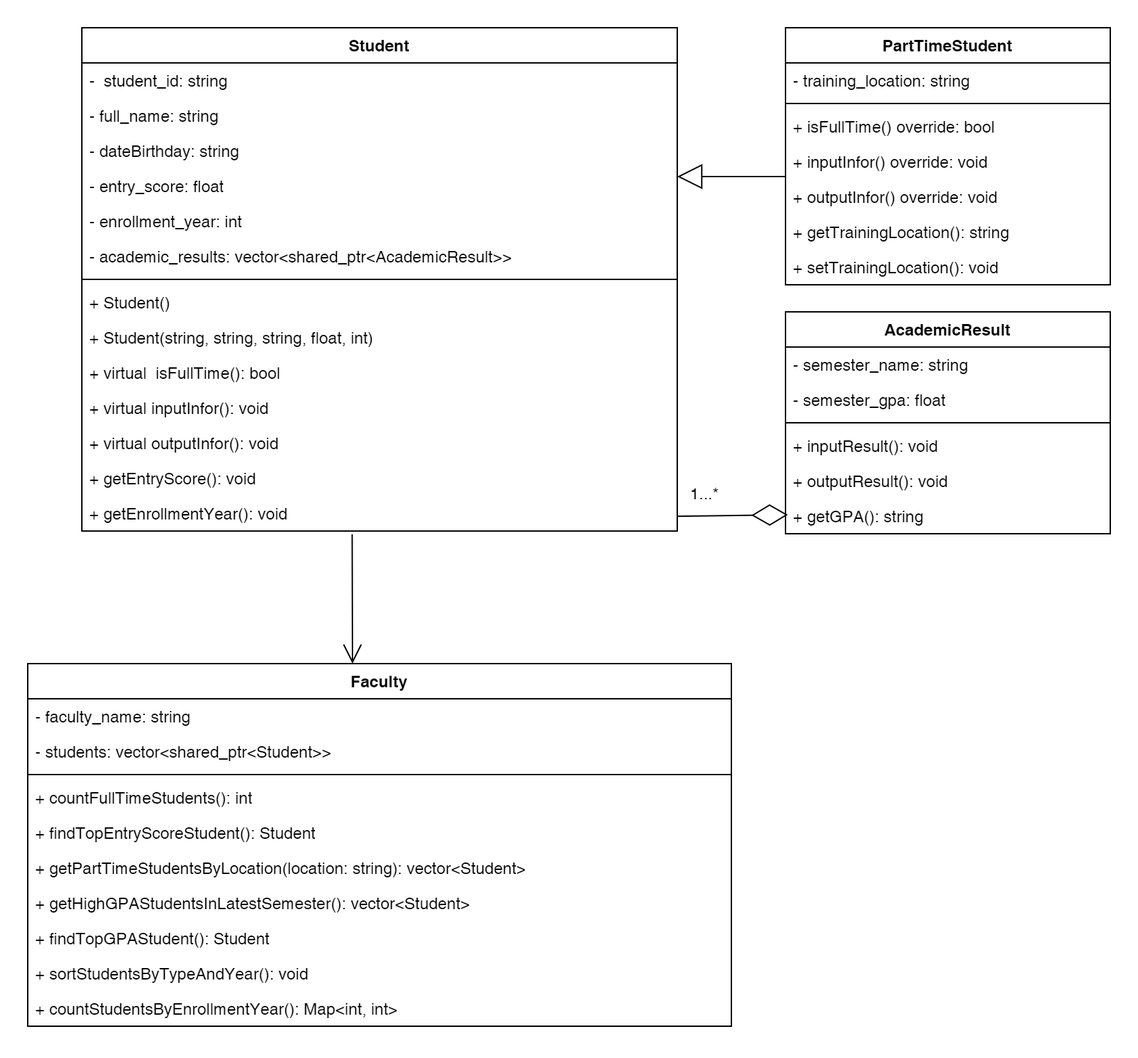
Earlier version of the draw.io export 15_StudentManagementSystem/docs/classDiagram.png (thanhetebkdn/object_orient_programming). Source tidied: cells renumbered, new cells last; positions are measured from the earlier drawing's top-left corner, leaving out a move shared by most shapes. Its diagram source:
```xml
<mxGraphModel>
  <root>
    <mxCell id="0" />
    <mxCell id="1" parent="0" />
    <mxCell id="2" value="Student          " style="swimlane;fontStyle=1;align=center;verticalAlign=top;horizontal=1;startSize=26;whiteSpace=wrap;html=1;fontFamily=Helvetica;" parent="1" vertex="1">
      <mxGeometry x="40" width="440" height="372" as="geometry" />
    </mxCell>
    <mxCell id="3" value="-&amp;nbsp; student_id: &lt;span class=&quot;hljs-built_in&quot;&gt;string&lt;/span&gt;&lt;div&gt;&lt;span class=&quot;hljs-built_in&quot;&gt;&lt;br&gt;&lt;/span&gt;&lt;/div&gt;" style="text;strokeColor=none;fillColor=none;align=left;verticalAlign=top;spacingLeft=4;spacingRight=4;overflow=hidden;whiteSpace=wrap;html=1;fontFamily=Helvetica;" parent="2" vertex="1">
      <mxGeometry y="26" width="440" height="26" as="geometry" />
    </mxCell>
    <mxCell id="4" value="&lt;div&gt;&lt;span class=&quot;hljs-built_in&quot;&gt;- full_name: &lt;span class=&quot;hljs-built_in&quot;&gt;string&lt;/span&gt;&lt;br&gt;&lt;/span&gt;&lt;/div&gt;" style="text;strokeColor=none;fillColor=none;align=left;verticalAlign=top;spacingLeft=4;spacingRight=4;overflow=hidden;whiteSpace=wrap;html=1;fontFamily=Helvetica;" parent="2" vertex="1">
      <mxGeometry y="52" width="440" height="26" as="geometry" />
    </mxCell>
    <mxCell id="5" value="- dateBirthday: string" style="text;strokeColor=none;fillColor=none;align=left;verticalAlign=top;spacingLeft=4;spacingRight=4;overflow=hidden;whiteSpace=wrap;html=1;fontFamily=Helvetica;" parent="2" vertex="1">
      <mxGeometry y="78" width="440" height="26" as="geometry" />
    </mxCell>
    <mxCell id="6" value="&lt;div&gt;&lt;span class=&quot;hljs-built_in&quot;&gt;- entry_score: float&lt;br&gt;&lt;/span&gt;&lt;/div&gt;" style="text;strokeColor=none;fillColor=none;align=left;verticalAlign=top;spacingLeft=4;spacingRight=4;overflow=hidden;whiteSpace=wrap;html=1;fontFamily=Helvetica;" parent="2" vertex="1">
      <mxGeometry y="104" width="440" height="26" as="geometry" />
    </mxCell>
    <mxCell id="7" value="- enrollment_year: int" style="text;strokeColor=none;fillColor=none;align=left;verticalAlign=top;spacingLeft=4;spacingRight=4;overflow=hidden;whiteSpace=wrap;html=1;fontFamily=Helvetica;" parent="2" vertex="1">
      <mxGeometry y="130" width="440" height="26" as="geometry" />
    </mxCell>
    <mxCell id="8" value="&lt;div&gt;&lt;span class=&quot;hljs-built_in&quot;&gt;- academic_results: vector&amp;lt;shared_ptr&amp;lt;&lt;span style=&quot;text-align: center;&quot;&gt;AcademicResult&lt;/span&gt;&amp;gt;&amp;gt;&lt;br&gt;&lt;/span&gt;&lt;/div&gt;" style="text;strokeColor=none;fillColor=none;align=left;verticalAlign=top;spacingLeft=4;spacingRight=4;overflow=hidden;whiteSpace=wrap;html=1;fontFamily=Helvetica;" parent="2" vertex="1">
      <mxGeometry y="156" width="440" height="26" as="geometry" />
    </mxCell>
    <mxCell id="9" style="line;strokeWidth=1;fillColor=none;align=left;verticalAlign=middle;spacingTop=-1;spacingLeft=3;spacingRight=3;labelPosition=right;strokeColor=inherit;fontFamily=Helvetica;" parent="2" vertex="1">
      <mxGeometry y="182" width="440" height="8" as="geometry" />
    </mxCell>
    <mxCell id="10" value="+ Student()" style="text;strokeColor=none;fillColor=none;align=left;verticalAlign=top;spacingLeft=4;spacingRight=4;overflow=hidden;whiteSpace=wrap;html=1;fontFamily=Helvetica;" parent="2" vertex="1">
      <mxGeometry y="190" width="440" height="26" as="geometry" />
    </mxCell>
    <mxCell id="11" value="+ Student(string, string, string, float, int)" style="text;strokeColor=none;fillColor=none;align=left;verticalAlign=top;spacingLeft=4;spacingRight=4;overflow=hidden;whiteSpace=wrap;html=1;fontFamily=Helvetica;" parent="2" vertex="1">
      <mxGeometry y="216" width="440" height="26" as="geometry" />
    </mxCell>
    <mxCell id="12" value="+ virtual&amp;nbsp; isFullTime(): bool" style="text;strokeColor=none;fillColor=none;align=left;verticalAlign=top;spacingLeft=4;spacingRight=4;overflow=hidden;whiteSpace=wrap;html=1;fontFamily=Helvetica;" parent="2" vertex="1">
      <mxGeometry y="242" width="440" height="26" as="geometry" />
    </mxCell>
    <mxCell id="13" value="&lt;div&gt;&lt;span class=&quot;hljs-built_in&quot;&gt;+ virtual&amp;nbsp;&lt;span class=&quot;hljs-built_in&quot;&gt;inputInfor&lt;/span&gt;(): void&lt;br&gt;&lt;/span&gt;&lt;/div&gt;" style="text;strokeColor=none;fillColor=none;align=left;verticalAlign=top;spacingLeft=4;spacingRight=4;overflow=hidden;whiteSpace=wrap;html=1;fontFamily=Helvetica;" parent="2" vertex="1">
      <mxGeometry y="268" width="440" height="26" as="geometry" />
    </mxCell>
    <mxCell id="14" value="+&amp;nbsp;&lt;span class=&quot;hljs-built_in&quot;&gt;virtual&amp;nbsp;outputInfor&lt;/span&gt;(): void" style="text;strokeColor=none;fillColor=none;align=left;verticalAlign=top;spacingLeft=4;spacingRight=4;overflow=hidden;whiteSpace=wrap;html=1;fontFamily=Helvetica;" parent="2" vertex="1">
      <mxGeometry y="294" width="440" height="26" as="geometry" />
    </mxCell>
    <mxCell id="15" value="+ getEntryScore(): void" style="text;strokeColor=none;fillColor=none;align=left;verticalAlign=top;spacingLeft=4;spacingRight=4;overflow=hidden;whiteSpace=wrap;html=1;fontFamily=Helvetica;" parent="2" vertex="1">
      <mxGeometry y="320" width="440" height="26" as="geometry" />
    </mxCell>
    <mxCell id="16" value="+ getEnrollmentYear(): void" style="text;strokeColor=none;fillColor=none;align=left;verticalAlign=top;spacingLeft=4;spacingRight=4;overflow=hidden;points=[[0,0.5],[1,0.5]];portConstraint=eastwest;whiteSpace=wrap;html=1;fontFamily=Helvetica;" parent="2" vertex="1">
      <mxGeometry y="346" width="440" height="26" as="geometry" />
    </mxCell>
    <mxCell id="17" value="PartTimeStudent                 " style="swimlane;fontStyle=1;align=center;verticalAlign=top;horizontal=1;startSize=26;whiteSpace=wrap;html=1;fontFamily=Helvetica;" parent="1" vertex="1">
      <mxGeometry x="560" width="240" height="190" as="geometry" />
    </mxCell>
    <mxCell id="18" value="&lt;div&gt;&lt;span class=&quot;hljs-built_in&quot;&gt;- training_location: &lt;span class=&quot;hljs-built_in&quot;&gt;string&lt;/span&gt;&lt;br&gt;&lt;/span&gt;&lt;/div&gt;" style="text;strokeColor=none;fillColor=none;align=left;verticalAlign=top;spacingLeft=4;spacingRight=4;overflow=hidden;whiteSpace=wrap;html=1;fontFamily=Helvetica;" parent="17" vertex="1">
      <mxGeometry y="26" width="240" height="26" as="geometry" />
    </mxCell>
    <mxCell id="19" style="line;strokeWidth=1;fillColor=none;align=left;verticalAlign=middle;spacingTop=-1;spacingLeft=3;spacingRight=3;labelPosition=right;strokeColor=inherit;fontFamily=Helvetica;" parent="17" vertex="1">
      <mxGeometry y="52" width="240" height="8" as="geometry" />
    </mxCell>
    <mxCell id="20" value="+ isFullTime() override: bool" style="text;strokeColor=none;fillColor=none;align=left;verticalAlign=top;spacingLeft=4;spacingRight=4;overflow=hidden;whiteSpace=wrap;html=1;fontFamily=Helvetica;" parent="17" vertex="1">
      <mxGeometry y="60" width="240" height="26" as="geometry" />
    </mxCell>
    <mxCell id="21" value="&lt;div&gt;&lt;span class=&quot;hljs-built_in&quot;&gt;+&amp;nbsp;&lt;span class=&quot;hljs-built_in&quot;&gt;inputInfor&lt;/span&gt;()&amp;nbsp;&lt;/span&gt;&lt;span style=&quot;background-color: initial;&quot;&gt;override&lt;/span&gt;&lt;span style=&quot;background-color: initial;&quot;&gt;: void&lt;/span&gt;&lt;/div&gt;" style="text;strokeColor=none;fillColor=none;align=left;verticalAlign=top;spacingLeft=4;spacingRight=4;overflow=hidden;whiteSpace=wrap;html=1;fontFamily=Helvetica;" parent="17" vertex="1">
      <mxGeometry y="86" width="240" height="26" as="geometry" />
    </mxCell>
    <mxCell id="22" value="+&amp;nbsp;&lt;span class=&quot;hljs-built_in&quot;&gt;outputInfor&lt;/span&gt;() override: void" style="text;strokeColor=none;fillColor=none;align=left;verticalAlign=top;spacingLeft=4;spacingRight=4;overflow=hidden;whiteSpace=wrap;html=1;fontFamily=Helvetica;" parent="17" vertex="1">
      <mxGeometry y="112" width="240" height="26" as="geometry" />
    </mxCell>
    <mxCell id="23" value="&lt;div&gt;+&amp;nbsp;getTrainingLocation(): string&lt;/div&gt;" style="text;strokeColor=none;fillColor=none;align=left;verticalAlign=top;spacingLeft=4;spacingRight=4;overflow=hidden;whiteSpace=wrap;html=1;fontFamily=Helvetica;" parent="17" vertex="1">
      <mxGeometry y="138" width="240" height="26" as="geometry" />
    </mxCell>
    <mxCell id="24" value="&lt;div&gt;+&amp;nbsp;setTrainingLocation(): void&lt;/div&gt;" style="text;strokeColor=none;fillColor=none;align=left;verticalAlign=top;spacingLeft=4;spacingRight=4;overflow=hidden;whiteSpace=wrap;html=1;fontFamily=Helvetica;" parent="17" vertex="1">
      <mxGeometry y="164" width="240" height="26" as="geometry" />
    </mxCell>
    <mxCell id="25" value="AcademicResult                        " style="swimlane;fontStyle=1;align=center;verticalAlign=top;horizontal=1;startSize=26;whiteSpace=wrap;html=1;fontFamily=Helvetica;" parent="1" vertex="1">
      <mxGeometry x="560" y="210" width="240" height="164" as="geometry" />
    </mxCell>
    <mxCell id="26" value="&lt;div&gt;&lt;span class=&quot;hljs-built_in&quot;&gt;- semester_name: &lt;span class=&quot;hljs-built_in&quot;&gt;string&lt;/span&gt;&lt;br&gt;&lt;/span&gt;&lt;/div&gt;" style="text;strokeColor=none;fillColor=none;align=left;verticalAlign=top;spacingLeft=4;spacingRight=4;overflow=hidden;whiteSpace=wrap;html=1;fontFamily=Helvetica;" parent="25" vertex="1">
      <mxGeometry y="26" width="240" height="26" as="geometry" />
    </mxCell>
    <mxCell id="27" value="- semester_gpa: float " style="text;strokeColor=none;fillColor=none;align=left;verticalAlign=top;spacingLeft=4;spacingRight=4;overflow=hidden;whiteSpace=wrap;html=1;fontFamily=Helvetica;" parent="25" vertex="1">
      <mxGeometry y="52" width="240" height="26" as="geometry" />
    </mxCell>
    <mxCell id="28" style="line;strokeWidth=1;fillColor=none;align=left;verticalAlign=middle;spacingTop=-1;spacingLeft=3;spacingRight=3;labelPosition=right;strokeColor=inherit;fontFamily=Helvetica;" parent="25" vertex="1">
      <mxGeometry y="78" width="240" height="8" as="geometry" />
    </mxCell>
    <mxCell id="29" value="&lt;div&gt;&lt;span class=&quot;hljs-built_in&quot;&gt;+ &lt;span class=&quot;hljs-built_in&quot;&gt;inputResult&lt;/span&gt;(): void&lt;br&gt;&lt;/span&gt;&lt;/div&gt;" style="text;strokeColor=none;fillColor=none;align=left;verticalAlign=top;spacingLeft=4;spacingRight=4;overflow=hidden;points=[[0,0.5],[1,0.5]];portConstraint=eastwest;whiteSpace=wrap;html=1;fontFamily=Helvetica;" parent="25" vertex="1">
      <mxGeometry y="86" width="240" height="26" as="geometry" />
    </mxCell>
    <mxCell id="30" value="+ &lt;span class=&quot;hljs-built_in&quot;&gt;outputResult&lt;/span&gt;(): void" style="text;strokeColor=none;fillColor=none;align=left;verticalAlign=top;spacingLeft=4;spacingRight=4;overflow=hidden;whiteSpace=wrap;html=1;fontFamily=Helvetica;" parent="25" vertex="1">
      <mxGeometry y="112" width="240" height="26" as="geometry" />
    </mxCell>
    <mxCell id="31" value="+ getGPA(): string" style="text;strokeColor=none;fillColor=none;align=left;verticalAlign=top;spacingLeft=4;spacingRight=4;overflow=hidden;whiteSpace=wrap;html=1;fontFamily=Helvetica;" parent="25" vertex="1">
      <mxGeometry y="138" width="240" height="26" as="geometry" />
    </mxCell>
    <mxCell id="32" value="Faculty                    " style="swimlane;fontStyle=1;align=center;verticalAlign=top;horizontal=1;startSize=26;whiteSpace=wrap;html=1;fontFamily=Helvetica;" parent="1" vertex="1">
      <mxGeometry y="470" width="520" height="268" as="geometry" />
    </mxCell>
    <mxCell id="33" value="&lt;div&gt;&lt;span class=&quot;hljs-built_in&quot;&gt;- faculty_name: &lt;span class=&quot;hljs-built_in&quot;&gt;string&lt;/span&gt;&lt;br&gt;&lt;/span&gt;&lt;/div&gt;" style="text;strokeColor=none;fillColor=none;align=left;verticalAlign=top;spacingLeft=4;spacingRight=4;overflow=hidden;whiteSpace=wrap;html=1;fontFamily=Helvetica;" parent="32" vertex="1">
      <mxGeometry y="26" width="520" height="26" as="geometry" />
    </mxCell>
    <mxCell id="34" value="&lt;div&gt;&lt;span class=&quot;hljs-built_in&quot;&gt;- students: vector&amp;lt;shared_ptr&amp;lt;Student&amp;gt;&amp;gt;&lt;br&gt;&lt;/span&gt;&lt;/div&gt;" style="text;strokeColor=none;fillColor=none;align=left;verticalAlign=top;spacingLeft=4;spacingRight=4;overflow=hidden;whiteSpace=wrap;html=1;fontFamily=Helvetica;" parent="32" vertex="1">
      <mxGeometry y="52" width="520" height="26" as="geometry" />
    </mxCell>
    <mxCell id="35" style="line;strokeWidth=1;fillColor=none;align=left;verticalAlign=middle;spacingTop=-1;spacingLeft=3;spacingRight=3;labelPosition=right;strokeColor=inherit;fontFamily=Helvetica;" parent="32" vertex="1">
      <mxGeometry y="78" width="520" height="8" as="geometry" />
    </mxCell>
    <mxCell id="36" value="&lt;div&gt;&lt;span class=&quot;hljs-built_in&quot;&gt; + countFullTimeStudents(): int&lt;br&gt;&lt;/span&gt;&lt;/div&gt;" style="text;strokeColor=none;fillColor=none;align=left;verticalAlign=top;spacingLeft=4;spacingRight=4;overflow=hidden;whiteSpace=wrap;html=1;fontFamily=Helvetica;" parent="32" vertex="1">
      <mxGeometry y="86" width="520" height="26" as="geometry" />
    </mxCell>
    <mxCell id="37" value="&lt;div&gt;&lt;span class=&quot;hljs-built_in&quot;&gt;+ findTopEntryScoreStudent(): Student&lt;br&gt;&lt;/span&gt;&lt;/div&gt;" style="text;strokeColor=none;fillColor=none;align=left;verticalAlign=top;spacingLeft=4;spacingRight=4;overflow=hidden;whiteSpace=wrap;html=1;fontFamily=Helvetica;" parent="32" vertex="1">
      <mxGeometry y="112" width="520" height="26" as="geometry" />
    </mxCell>
    <mxCell id="38" value="+ getPartTimeStudentsByLocation(location: &lt;span class=&quot;hljs-built_in&quot;&gt;string&lt;/span&gt;): vector&amp;lt;Student&amp;gt;" style="text;strokeColor=none;fillColor=none;align=left;verticalAlign=top;spacingLeft=4;spacingRight=4;overflow=hidden;whiteSpace=wrap;html=1;fontFamily=Helvetica;" parent="32" vertex="1">
      <mxGeometry y="138" width="520" height="26" as="geometry" />
    </mxCell>
    <mxCell id="39" value="&lt;div&gt;&lt;span class=&quot;hljs-built_in&quot;&gt;+ getHighGPAStudentsInLatestSemester(): vector&amp;lt;Student&amp;gt;&lt;br&gt;&lt;/span&gt;&lt;/div&gt;" style="text;strokeColor=none;fillColor=none;align=left;verticalAlign=top;spacingLeft=4;spacingRight=4;overflow=hidden;whiteSpace=wrap;html=1;fontFamily=Helvetica;" parent="32" vertex="1">
      <mxGeometry y="164" width="520" height="26" as="geometry" />
    </mxCell>
    <mxCell id="40" value="+ findTopGPAStudent(): Student" style="text;strokeColor=none;fillColor=none;align=left;verticalAlign=top;spacingLeft=4;spacingRight=4;overflow=hidden;whiteSpace=wrap;html=1;fontFamily=Helvetica;" parent="32" vertex="1">
      <mxGeometry y="190" width="520" height="26" as="geometry" />
    </mxCell>
    <mxCell id="41" value="+ sortStudentsByTypeAndYear(): void" style="text;strokeColor=none;fillColor=none;align=left;verticalAlign=top;spacingLeft=4;spacingRight=4;overflow=hidden;whiteSpace=wrap;html=1;fontFamily=Helvetica;" parent="32" vertex="1">
      <mxGeometry y="216" width="520" height="26" as="geometry" />
    </mxCell>
    <mxCell id="42" value="&lt;div&gt;&lt;span class=&quot;hljs-built_in&quot;&gt;+ countStudentsByEnrollmentYear(): Map&amp;lt;int, int&amp;gt;&lt;br&gt;&lt;/span&gt;&lt;/div&gt;" style="text;strokeColor=none;fillColor=none;align=left;verticalAlign=top;spacingLeft=4;spacingRight=4;overflow=hidden;whiteSpace=wrap;html=1;fontFamily=Helvetica;" parent="32" vertex="1">
      <mxGeometry y="242" width="520" height="26" as="geometry" />
    </mxCell>
    <mxCell id="43" style="endArrow=block;endSize=16;endFill=0;html=1;rounded=0;fontFamily=Helvetica;" parent="1" edge="1">
      <mxGeometry relative="1" as="geometry">
        <mxPoint x="560" y="110" as="sourcePoint" />
        <mxPoint x="480" y="110" as="targetPoint" />
      </mxGeometry>
    </mxCell>
    <mxCell id="44" style="endArrow=open;endFill=1;endSize=12;html=1;rounded=0;fontFamily=Helvetica;exitX=0.454;exitY=1.093;exitDx=0;exitDy=0;exitPerimeter=0;" parent="1" edge="1" source="16">
      <mxGeometry relative="1" as="geometry">
        <mxPoint x="240" y="470" as="targetPoint" />
      </mxGeometry>
    </mxCell>
    <mxCell id="45" style="endArrow=diamondThin;endFill=0;endSize=24;html=1;rounded=0;exitX=0.998;exitY=0.948;exitDx=0;exitDy=0;exitPerimeter=0;entryX=0.004;entryY=-0.094;entryDx=0;entryDy=0;entryPerimeter=0;fontFamily=Helvetica;" parent="1" edge="1">
      <mxGeometry relative="1" as="geometry">
        <mxPoint x="480" y="361.1" as="sourcePoint" />
        <mxPoint x="561.8" y="360" as="targetPoint" />
      </mxGeometry>
    </mxCell>
    <mxCell id="46" value="1...*" style="text;html=1;align=center;verticalAlign=middle;strokeColor=none;fillColor=none;fontFamily=Helvetica;" parent="1" vertex="1">
      <mxGeometry x="480" y="330" width="40" height="30" as="geometry" />
    </mxCell>
  </root>
</mxGraphModel>
```
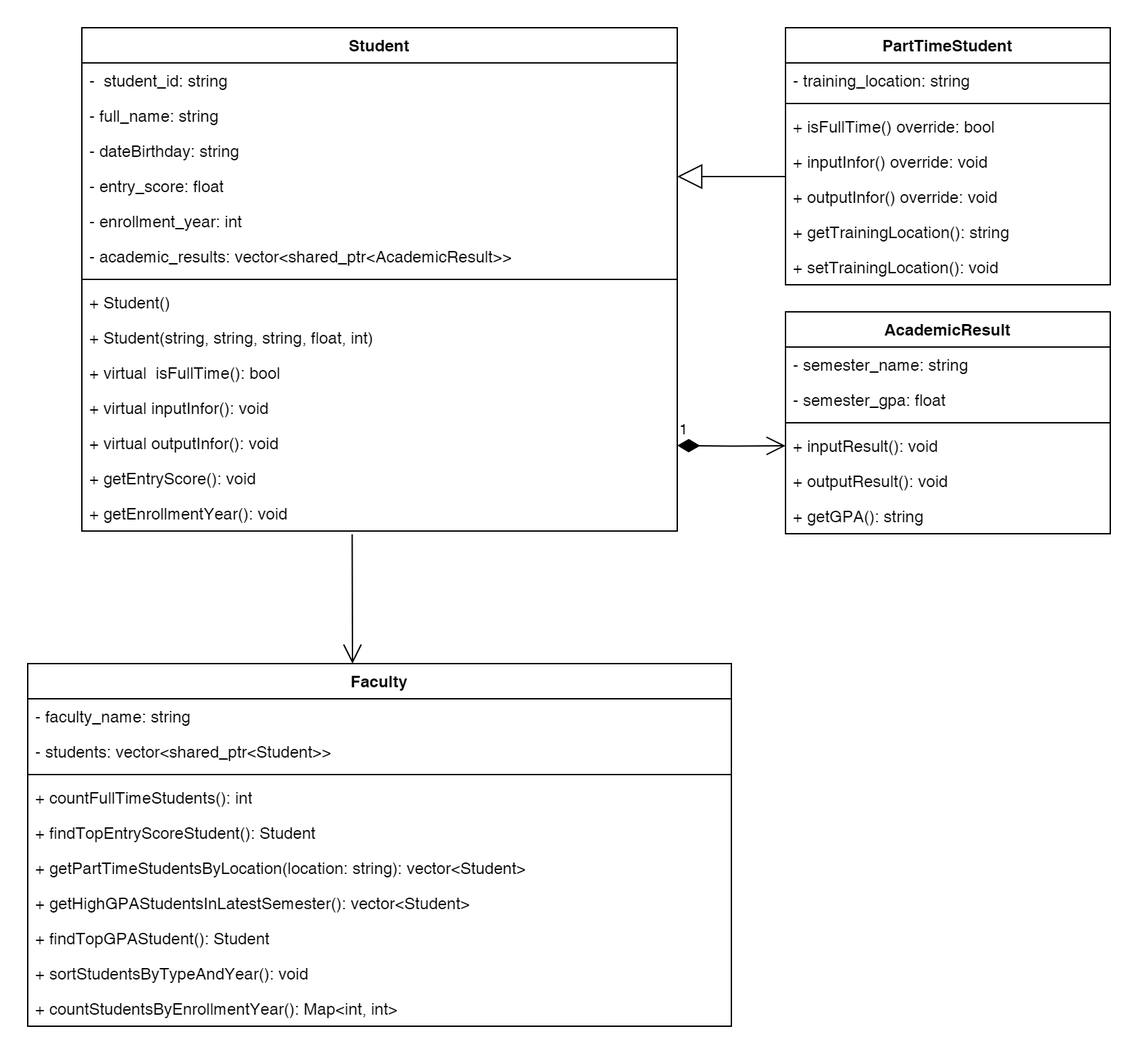
After the commit.

Change to the diagram source:
```diff
@@ -83,6 +83,11 @@
     <mxCell id="28" style="line;strokeWidth=1;fillColor=none;align=left;verticalAlign=middle;spacingTop=-1;spacingLeft=3;spacingRight=3;labelPosition=right;strokeColor=inherit;fontFamily=Helvetica;" parent="25" vertex="1">
       <mxGeometry y="78" width="240" height="8" as="geometry" />
     </mxCell>
+    <mxCell id="47" value="1" style="endArrow=open;html=1;endSize=12;startArrow=diamondThin;startSize=14;startFill=1;edgeStyle=orthogonalEdgeStyle;align=left;verticalAlign=bottom;rounded=0;entryX=0;entryY=0.5;entryDx=0;entryDy=0;" parent="25" edge="1" target="29">
+      <mxGeometry x="-1" y="3" relative="1" as="geometry">
+        <mxPoint x="-80" y="98.8" as="sourcePoint" />
+      </mxGeometry>
+    </mxCell>
     <mxCell id="29" value="&lt;div&gt;&lt;span class=&quot;hljs-built_in&quot;&gt;+ &lt;span class=&quot;hljs-built_in&quot;&gt;inputResult&lt;/span&gt;(): void&lt;br&gt;&lt;/span&gt;&lt;/div&gt;" style="text;strokeColor=none;fillColor=none;align=left;verticalAlign=top;spacingLeft=4;spacingRight=4;overflow=hidden;points=[[0,0.5],[1,0.5]];portConstraint=eastwest;whiteSpace=wrap;html=1;fontFamily=Helvetica;" parent="25" vertex="1">
       <mxGeometry y="86" width="240" height="26" as="geometry" />
     </mxCell>
@@ -136,14 +141,5 @@
         <mxPoint x="240" y="470" as="targetPoint" />
       </mxGeometry>
     </mxCell>
-    <mxCell id="45" style="endArrow=diamondThin;endFill=0;endSize=24;html=1;rounded=0;exitX=0.998;exitY=0.948;exitDx=0;exitDy=0;exitPerimeter=0;entryX=0.004;entryY=-0.094;entryDx=0;entryDy=0;entryPerimeter=0;fontFamily=Helvetica;" parent="1" edge="1">
-      <mxGeometry relative="1" as="geometry">
-        <mxPoint x="480" y="361.1" as="sourcePoint" />
-        <mxPoint x="561.8" y="360" as="targetPoint" />
-      </mxGeometry>
-    </mxCell>
-    <mxCell id="46" value="1...*" style="text;html=1;align=center;verticalAlign=middle;strokeColor=none;fillColor=none;fontFamily=Helvetica;" parent="1" vertex="1">
-      <mxGeometry x="480" y="330" width="40" height="30" as="geometry" />
-    </mxCell>
   </root>
 </mxGraphModel>
```
